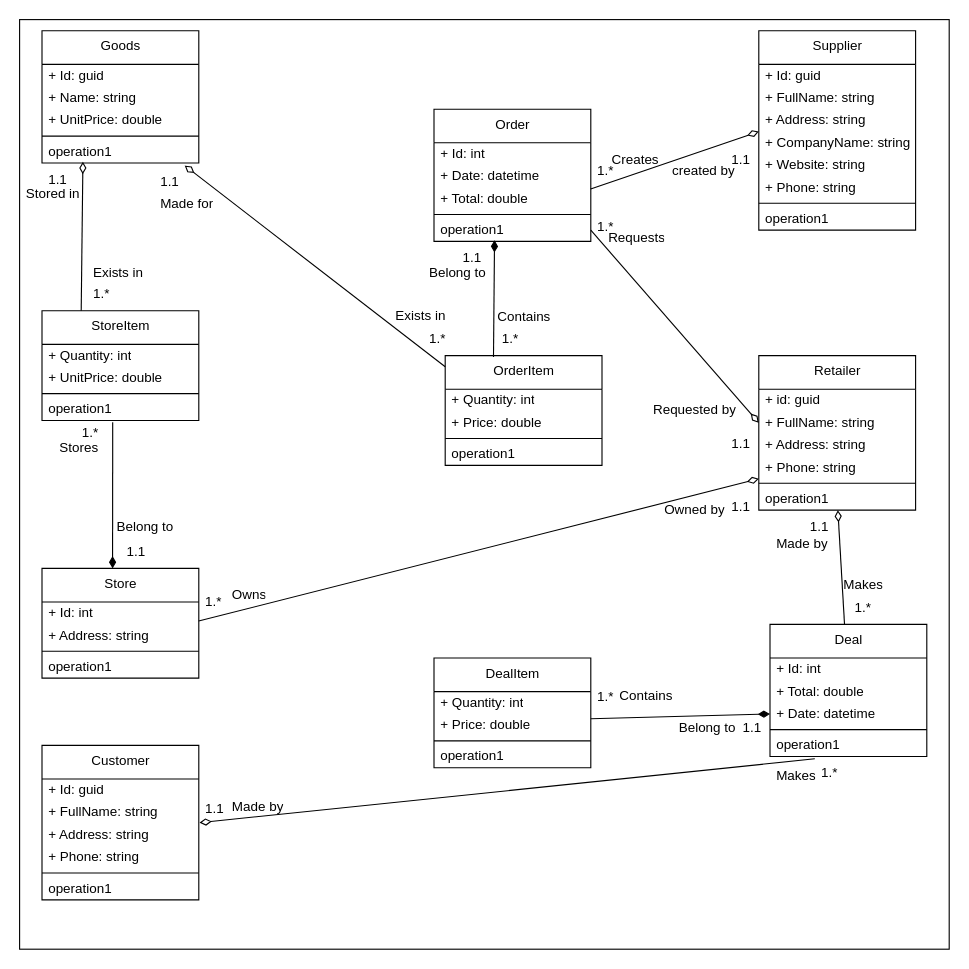
Earlier version of the draw.io diagram docs/assets/Class Diagram.drawio (bmassioui/Retail.Store.Management). Source tidied: cells renumbered, new cells numbered last; positions are measured from the earlier drawing's top-left corner, leaving out a move shared by most shapes. Both pictures are drawn from the tidied source at 112%, with x=0, y=0 at pixel (19, 19).
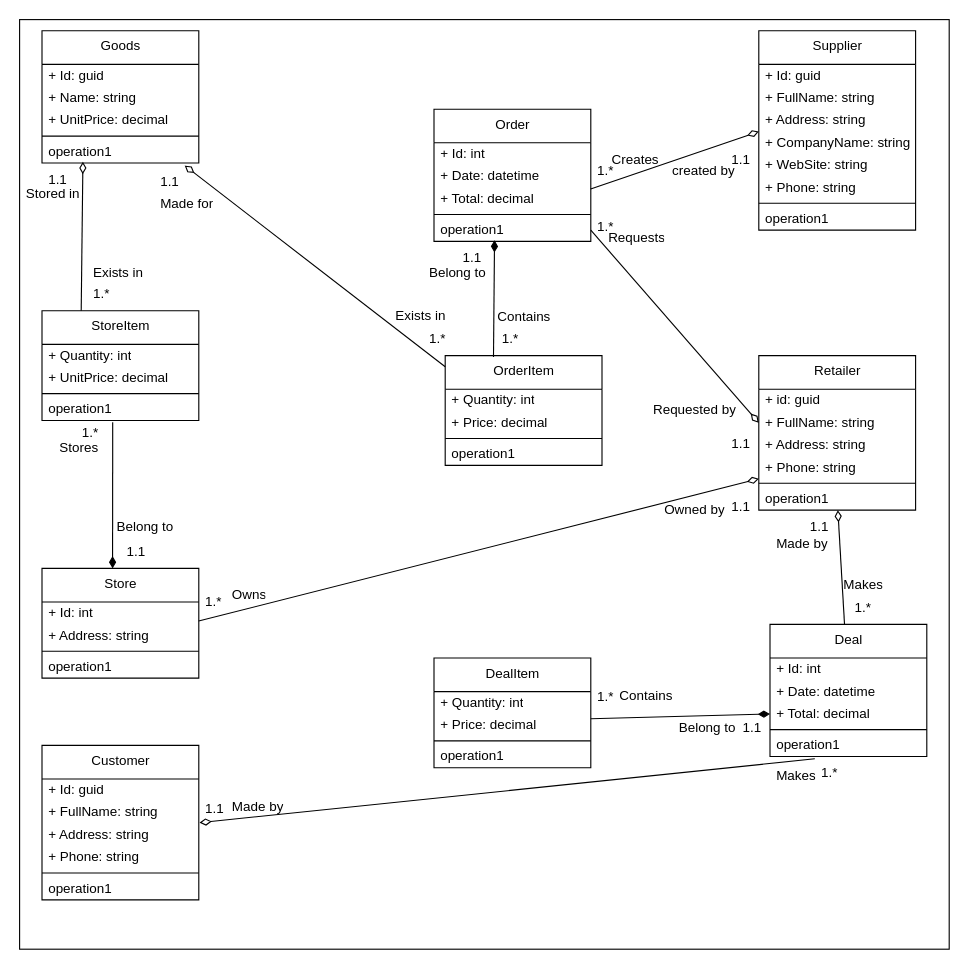
Above is the later version.

Unchanged cells that the change refers to:
```xml
<mxCell id="3" value="Goods" style="swimlane;fontStyle=0;align=center;verticalAlign=top;horizontal=1;startSize=30;html=1;" parent="1" vertex="1">
  <mxGeometry x="20" y="10" width="140" height="118" as="geometry" />
</mxCell>
<mxCell id="9" value="Supplier" style="swimlane;fontStyle=0;align=center;verticalAlign=top;horizontal=1;startSize=30;html=1;" parent="1" vertex="1">
  <mxGeometry x="660" y="10" width="140" height="178" as="geometry" />
</mxCell>
<mxCell id="19" value="Order" style="swimlane;fontStyle=0;align=center;verticalAlign=top;horizontal=1;startSize=30;html=1;" parent="1" vertex="1">
  <mxGeometry x="370" y="80" width="140" height="118" as="geometry" />
</mxCell>
<mxCell id="25" value="OrderItem" style="swimlane;fontStyle=0;align=center;verticalAlign=top;horizontal=1;startSize=30;html=1;" parent="1" vertex="1">
  <mxGeometry x="380" y="300" width="140" height="98" as="geometry" />
</mxCell>
<mxCell id="30" value="StoreItem" style="swimlane;fontStyle=0;align=center;verticalAlign=top;horizontal=1;startSize=30;html=1;" parent="1" vertex="1">
  <mxGeometry x="20" y="260" width="140" height="98" as="geometry" />
</mxCell>
<mxCell id="47" value="Deal" style="swimlane;fontStyle=0;align=center;verticalAlign=top;horizontal=1;startSize=30;html=1;" parent="1" vertex="1">
  <mxGeometry x="670" y="540" width="140" height="118" as="geometry" />
</mxCell>
<mxCell id="53" value="DealItem" style="swimlane;fontStyle=0;align=center;verticalAlign=top;horizontal=1;startSize=30;html=1;" parent="1" vertex="1">
  <mxGeometry x="370" y="570" width="140" height="98" as="geometry" />
</mxCell>
```

Diff of the diagram source:
```diff
@@
-    <mxCell id="6" value="+ UnitPrice: double" style="text;html=1;strokeColor=none;fillColor=none;align=left;verticalAlign=middle;spacingLeft=4;spacingRight=4;overflow=hidden;" parent="3" vertex="1">
+    <mxCell id="6" value="+ UnitPrice: decimal" style="text;html=1;strokeColor=none;fillColor=none;align=left;verticalAlign=middle;spacingLeft=4;spacingRight=4;overflow=hidden;" parent="3" vertex="1">
       <mxGeometry y="70" width="140" height="20" as="geometry" />
     </mxCell>
@@
-    <mxCell id="14" value="+ Website: string" style="text;html=1;strokeColor=none;fillColor=none;align=left;verticalAlign=middle;spacingLeft=4;spacingRight=4;overflow=hidden;" parent="9" vertex="1">
+    <mxCell id="14" value="+ WebSite: string" style="text;html=1;strokeColor=none;fillColor=none;align=left;verticalAlign=middle;spacingLeft=4;spacingRight=4;overflow=hidden;" parent="9" vertex="1">
       <mxGeometry y="110" width="140" height="20" as="geometry" />
     </mxCell>
@@
-    <mxCell id="22" value="+ Total: double" style="text;html=1;strokeColor=none;fillColor=none;align=left;verticalAlign=middle;spacingLeft=4;spacingRight=4;overflow=hidden;points=[[0,0.5],[1,0.5]];portConstraint=eastwest;" parent="19" vertex="1">
+    <mxCell id="22" value="+ Total: decimal" style="text;html=1;strokeColor=none;fillColor=none;align=left;verticalAlign=middle;spacingLeft=4;spacingRight=4;overflow=hidden;points=[[0,0.5],[1,0.5]];portConstraint=eastwest;" parent="19" vertex="1">
       <mxGeometry y="70" width="140" height="20" as="geometry" />
     </mxCell>
@@
-    <mxCell id="27" value="+ Price: double" style="text;html=1;strokeColor=none;fillColor=none;align=left;verticalAlign=middle;spacingLeft=4;spacingRight=4;overflow=hidden;" parent="25" vertex="1">
+    <mxCell id="27" value="+ Price: decimal" style="text;html=1;strokeColor=none;fillColor=none;align=left;verticalAlign=middle;spacingLeft=4;spacingRight=4;overflow=hidden;" parent="25" vertex="1">
       <mxGeometry y="50" width="140" height="20" as="geometry" />
     </mxCell>
@@
-    <mxCell id="32" value="+ UnitPrice: double" style="text;html=1;strokeColor=none;fillColor=none;align=left;verticalAlign=middle;spacingLeft=4;spacingRight=4;overflow=hidden;" parent="30" vertex="1">
+    <mxCell id="32" value="+ UnitPrice: decimal" style="text;html=1;strokeColor=none;fillColor=none;align=left;verticalAlign=middle;spacingLeft=4;spacingRight=4;overflow=hidden;" parent="30" vertex="1">
       <mxGeometry y="50" width="140" height="20" as="geometry" />
     </mxCell>
@@
+    <mxCell id="50" value="+ Date: datetime" style="text;html=1;strokeColor=none;fillColor=none;align=left;verticalAlign=middle;spacingLeft=4;spacingRight=4;overflow=hidden;points=[[0,0.5],[1,0.5]];portConstraint=eastwest;" parent="47" vertex="1">
+      <mxGeometry y="50" width="140" height="20" as="geometry" />
+    </mxCell>
-    <mxCell id="49" value="+ Total: double" style="text;html=1;strokeColor=none;fillColor=none;align=left;verticalAlign=middle;spacingLeft=4;spacingRight=4;overflow=hidden;points=[[0,0.5],[1,0.5]];portConstraint=eastwest;" parent="47" vertex="1">
-      <mxGeometry y="50" width="140" height="20" as="geometry" />
+    <mxCell id="49" value="+ Total: decimal" style="text;html=1;strokeColor=none;fillColor=none;align=left;verticalAlign=middle;spacingLeft=4;spacingRight=4;overflow=hidden;points=[[0,0.5],[1,0.5]];portConstraint=eastwest;" parent="47" vertex="1">
+      <mxGeometry y="70" width="140" height="20" as="geometry" />
     </mxCell>
-    <mxCell id="50" value="+ Date: datetime" style="text;html=1;strokeColor=none;fillColor=none;align=left;verticalAlign=middle;spacingLeft=4;spacingRight=4;overflow=hidden;points=[[0,0.5],[1,0.5]];portConstraint=eastwest;" parent="47" vertex="1">
-      <mxGeometry y="70" width="140" height="20" as="geometry" />
-    </mxCell>
@@
-    <mxCell id="55" value="+ Price: double" style="text;html=1;strokeColor=none;fillColor=none;align=left;verticalAlign=middle;spacingLeft=4;spacingRight=4;overflow=hidden;" parent="53" vertex="1">
+    <mxCell id="55" value="+ Price: decimal" style="text;html=1;strokeColor=none;fillColor=none;align=left;verticalAlign=middle;spacingLeft=4;spacingRight=4;overflow=hidden;" parent="53" vertex="1">
       <mxGeometry y="50" width="140" height="20" as="geometry" />
     </mxCell>
@@
-    <mxCell id="66" style="endArrow=none;startArrow=diamondThin;endFill=0;startFill=1;html=1;verticalAlign=bottom;labelBackgroundColor=none;strokeWidth=1;startSize=8;endSize=8;entryX=0.308;entryY=0.012;entryDx=0;entryDy=0;entryPerimeter=0;exitX=0;exitY=0.5;exitDx=0;exitDy=0;" parent="1" edge="1" source="50">
+    <mxCell id="66" style="endArrow=none;startArrow=diamondThin;endFill=0;startFill=1;html=1;verticalAlign=bottom;labelBackgroundColor=none;strokeWidth=1;startSize=8;endSize=8;entryX=0.308;entryY=0.012;entryDx=0;entryDy=0;entryPerimeter=0;exitX=0;exitY=0.5;exitDx=0;exitDy=0;" parent="1" edge="1" source="49">
       <mxGeometry relative="1" as="geometry">
         <mxPoint x="510" y="624.2" as="targetPoint" />
       </mxGeometry>
     </mxCell>
```
